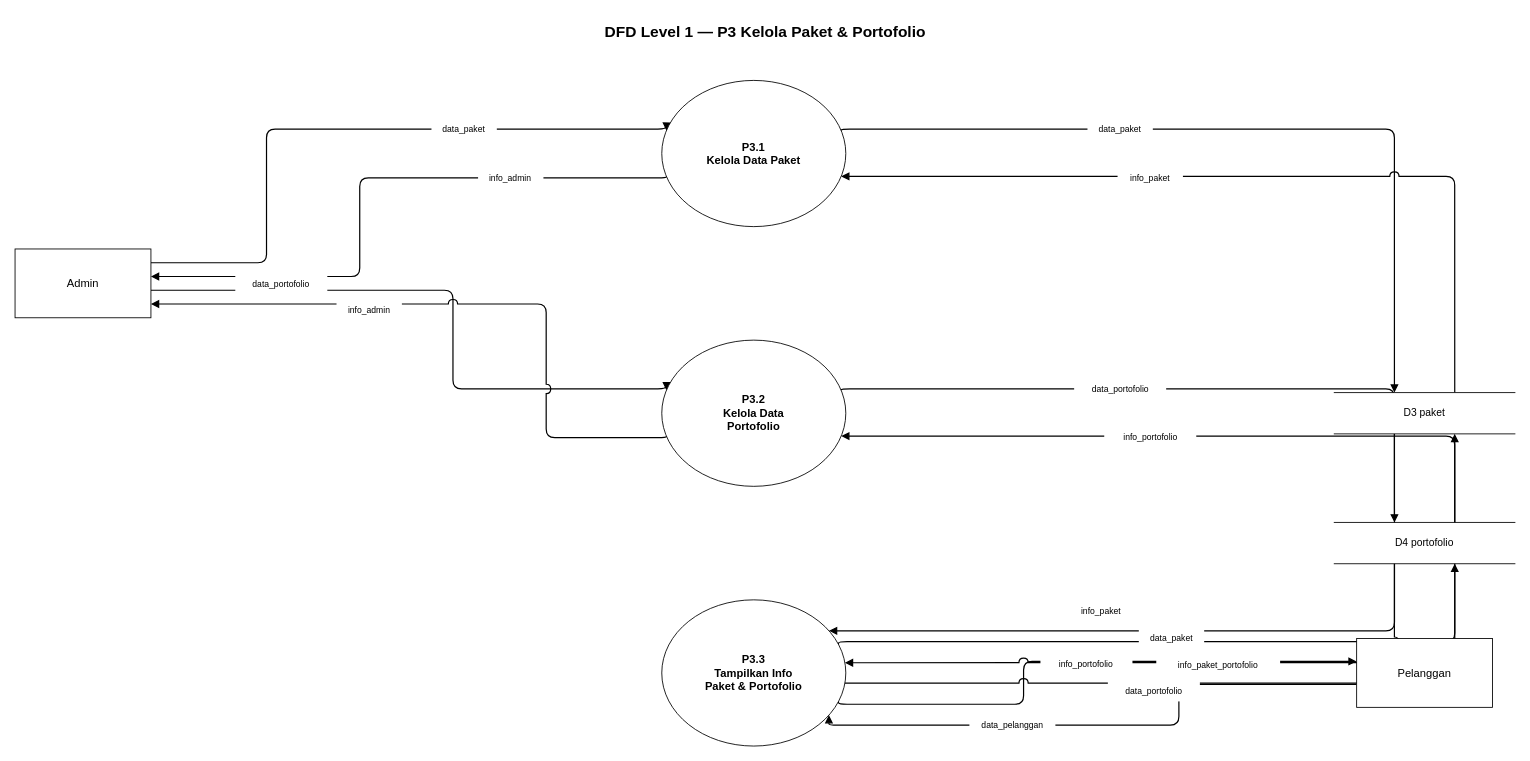
Earlier version of the draw.io diagram generated/dfd_level1_P3.drawio (ryuken25/diagrams). Source tidied: cells renumbered, new cells numbered last; positions are measured from the earlier drawing's top-left corner, leaving out a move shared by most shapes. Both pictures are drawn from the tidied source at 86%, with x=0, y=0 at pixel (15, 15).
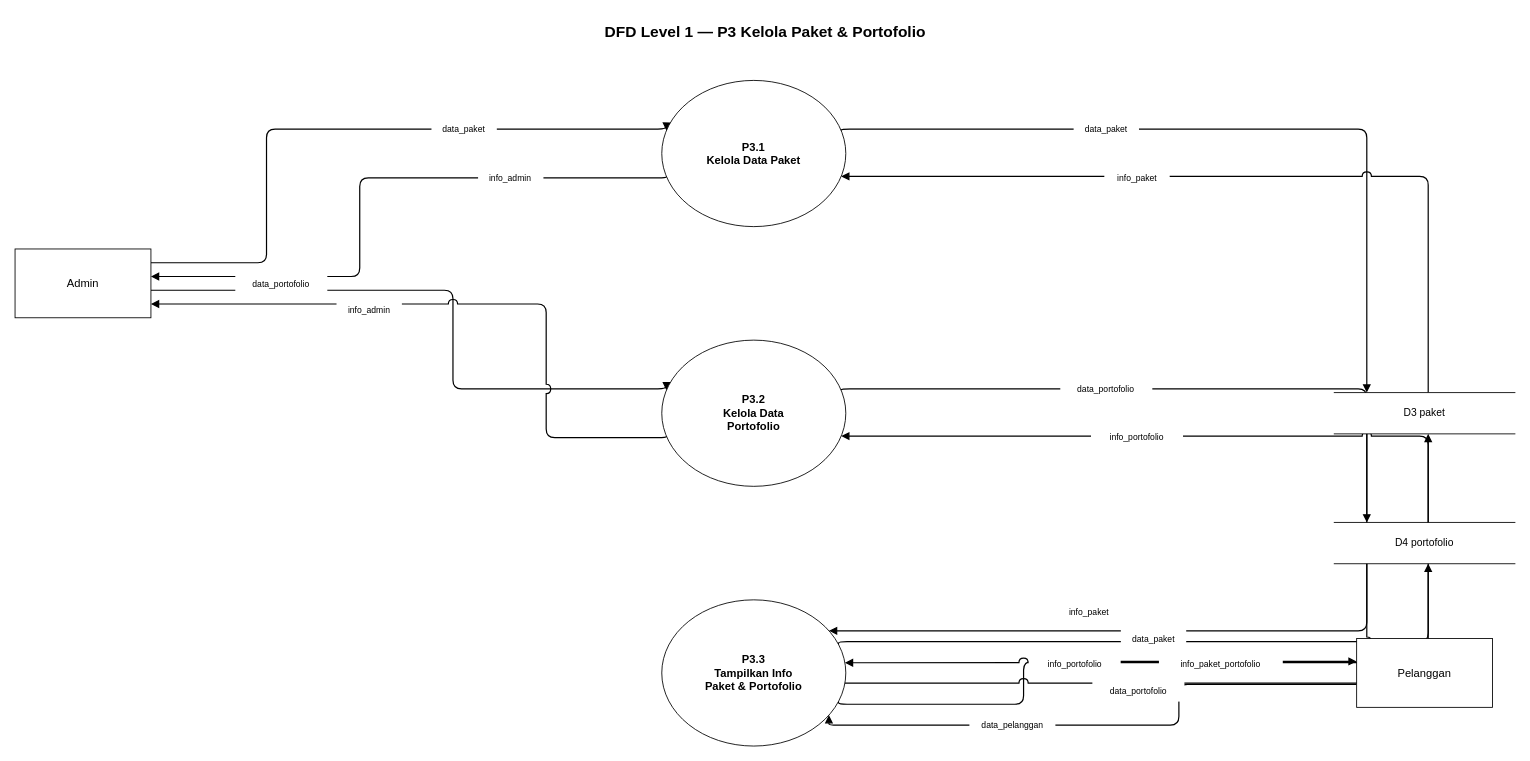
The same diagram, later.

Unchanged cells that the change refers to:
```xml
<mxCell id="16" value="P3.1&#10;Kelola Data Paket" style="ellipse;whiteSpace=wrap;html=1;fillColor=#FFFFFF;strokeColor=#000000;fontSize=13;fontStyle=1;verticalAlign=middle;" parent="1" vertex="1">
  <mxGeometry x="752" y="76" width="214" height="170" as="geometry" />
</mxCell>
<mxCell id="17" value="P3.2&#10;Kelola Data&#10;Portofolio" style="ellipse;whiteSpace=wrap;html=1;fillColor=#FFFFFF;strokeColor=#000000;fontSize=13;fontStyle=1;verticalAlign=middle;" parent="1" vertex="1">
  <mxGeometry x="752" y="378" width="214" height="170" as="geometry" />
</mxCell>
<mxCell id="18" value="P3.3&#10;Tampilkan Info&#10;Paket &amp; Portofolio" style="ellipse;whiteSpace=wrap;html=1;fillColor=#FFFFFF;strokeColor=#000000;fontSize=13;fontStyle=1;verticalAlign=middle;" parent="1" vertex="1">
  <mxGeometry x="752" y="680" width="214" height="170" as="geometry" />
</mxCell>
<mxCell id="21" value="D3  paket" style="shape=partialRectangle;top=1;bottom=1;left=0;right=0;whiteSpace=wrap;html=1;fillColor=#FFFFFF;strokeColor=#000000;fontSize=12;align=center;" parent="1" vertex="1">
  <mxGeometry x="1534" y="439" width="210" height="48" as="geometry" />
</mxCell>
<mxCell id="22" value="D4  portofolio" style="shape=partialRectangle;top=1;bottom=1;left=0;right=0;whiteSpace=wrap;html=1;fillColor=#FFFFFF;strokeColor=#000000;fontSize=12;align=center;" parent="1" vertex="1">
  <mxGeometry x="1534" y="590" width="210" height="48" as="geometry" />
</mxCell>
```

What changed in the source:
```diff
@@
-    <mxCell id="8" style="html=1;rounded=1;strokeColor=#000000;strokeWidth=1.4;endArrow=block;startArrow=none;jumpStyle=arc;jumpSize=10;edgeStyle=orthogonalEdgeStyle;exitX=1.000;exitY=0.333;entryX=0.333;entryY=0.000;exitDx=0;exitDy=0;entryDx=0;entryDy=0;" parent="1" edge="1" source="16" target="21">
+    <mxCell id="8" style="html=1;rounded=1;strokeColor=#000000;strokeWidth=1.4;endArrow=block;startArrow=none;jumpStyle=arc;jumpSize=10;edgeStyle=orthogonalEdgeStyle;exitX=1.000;exitY=0.333;entryX=0.180;entryY=0.000;exitDx=0;exitDy=0;entryDx=0;entryDy=0;" parent="1" edge="1" source="16" target="21">
       <mxGeometry relative="1" as="geometry">
         <Array as="points">
-          <mxPoint x="1604" y="132.7" />
-          <mxPoint x="1604" y="439" />
+          <mxPoint x="1571.8" y="132.7" />
+          <mxPoint x="1571.8" y="439" />
         </Array>
       </mxGeometry>
     </mxCell>
-    <mxCell id="9" style="html=1;rounded=1;strokeColor=#000000;strokeWidth=1.4;endArrow=block;startArrow=none;jumpStyle=arc;jumpSize=10;edgeStyle=orthogonalEdgeStyle;exitX=0.667;exitY=0.000;entryX=1.000;entryY=0.667;exitDx=0;exitDy=0;entryDx=0;entryDy=0;" parent="1" edge="1" source="21" target="16">
+    <mxCell id="9" style="html=1;rounded=1;strokeColor=#000000;strokeWidth=1.4;endArrow=block;startArrow=none;jumpStyle=arc;jumpSize=10;edgeStyle=orthogonalEdgeStyle;exitX=0.520;exitY=0.000;entryX=1.000;entryY=0.667;exitDx=0;exitDy=0;entryDx=0;entryDy=0;" parent="1" edge="1" source="21" target="16">
       <mxGeometry relative="1" as="geometry">
         <Array as="points">
-          <mxPoint x="1674" y="439" />
-          <mxPoint x="1674" y="189.3" />
+          <mxPoint x="1643.2" y="439" />
+          <mxPoint x="1643.2" y="189.3" />
         </Array>
       </mxGeometry>
     </mxCell>
-    <mxCell id="10" style="html=1;rounded=1;strokeColor=#000000;strokeWidth=1.4;endArrow=block;startArrow=none;jumpStyle=arc;jumpSize=10;edgeStyle=orthogonalEdgeStyle;exitX=0.333;exitY=1.000;entryX=1.000;entryY=0.143;exitDx=0;exitDy=0;entryDx=0;entryDy=0;" parent="1" edge="1" source="21" target="18">
+    <mxCell id="10" style="html=1;rounded=1;strokeColor=#000000;strokeWidth=1.4;endArrow=block;startArrow=none;jumpStyle=arc;jumpSize=10;edgeStyle=orthogonalEdgeStyle;exitX=0.180;exitY=1.000;entryX=1.000;entryY=0.143;exitDx=0;exitDy=0;entryDx=0;entryDy=0;" parent="1" edge="1" source="21" target="18">
       <mxGeometry relative="1" as="geometry">
         <Array as="points">
-          <mxPoint x="1604" y="487" />
-          <mxPoint x="1604" y="704.3" />
+          <mxPoint x="1571.8" y="487" />
+          <mxPoint x="1571.8" y="704.3" />
         </Array>
       </mxGeometry>
     </mxCell>
-    <mxCell id="11" style="html=1;rounded=1;strokeColor=#000000;strokeWidth=1.4;endArrow=block;startArrow=none;jumpStyle=arc;jumpSize=10;edgeStyle=orthogonalEdgeStyle;exitX=1.000;exitY=0.286;entryX=0.667;entryY=1.000;exitDx=0;exitDy=0;entryDx=0;entryDy=0;" parent="1" edge="1" source="18" target="21">
+    <mxCell id="11" style="html=1;rounded=1;strokeColor=#000000;strokeWidth=1.4;endArrow=block;startArrow=none;jumpStyle=arc;jumpSize=10;edgeStyle=orthogonalEdgeStyle;exitX=1.000;exitY=0.286;entryX=0.520;entryY=1.000;exitDx=0;exitDy=0;entryDx=0;entryDy=0;" parent="1" edge="1" source="18" target="21">
       <mxGeometry relative="1" as="geometry">
         <Array as="points">
-          <mxPoint x="1674" y="728.6" />
-          <mxPoint x="1674" y="487" />
+          <mxPoint x="1643.2" y="728.6" />
+          <mxPoint x="1643.2" y="487" />
         </Array>
       </mxGeometry>
     </mxCell>
-    <mxCell id="12" style="html=1;rounded=1;strokeColor=#000000;strokeWidth=1.4;endArrow=block;startArrow=none;jumpStyle=arc;jumpSize=10;edgeStyle=orthogonalEdgeStyle;exitX=1.000;exitY=0.333;entryX=0.333;entryY=0.000;exitDx=0;exitDy=0;entryDx=0;entryDy=0;" parent="1" edge="1" source="17" target="22">
+    <mxCell id="12" style="html=1;rounded=1;strokeColor=#000000;strokeWidth=1.4;endArrow=block;startArrow=none;jumpStyle=arc;jumpSize=10;edgeStyle=orthogonalEdgeStyle;exitX=1.000;exitY=0.333;entryX=0.180;entryY=0.000;exitDx=0;exitDy=0;entryDx=0;entryDy=0;" parent="1" edge="1" source="17" target="22">
       <mxGeometry relative="1" as="geometry">
         <Array as="points">
-          <mxPoint x="1604" y="434.7" />
-          <mxPoint x="1604" y="590" />
+          <mxPoint x="1571.8" y="434.7" />
+          <mxPoint x="1571.8" y="590" />
         </Array>
       </mxGeometry>
     </mxCell>
-    <mxCell id="13" style="html=1;rounded=1;strokeColor=#000000;strokeWidth=1.4;endArrow=block;startArrow=none;jumpStyle=arc;jumpSize=10;edgeStyle=orthogonalEdgeStyle;exitX=0.667;exitY=0.000;entryX=1.000;entryY=0.667;exitDx=0;exitDy=0;entryDx=0;entryDy=0;" parent="1" edge="1" source="22" target="17">
+    <mxCell id="13" style="html=1;rounded=1;strokeColor=#000000;strokeWidth=1.4;endArrow=block;startArrow=none;jumpStyle=arc;jumpSize=10;edgeStyle=orthogonalEdgeStyle;exitX=0.520;exitY=0.000;entryX=1.000;entryY=0.667;exitDx=0;exitDy=0;entryDx=0;entryDy=0;" parent="1" edge="1" source="22" target="17">
       <mxGeometry relative="1" as="geometry">
         <Array as="points">
-          <mxPoint x="1674" y="590" />
-          <mxPoint x="1674" y="491.3" />
+          <mxPoint x="1643.2" y="590" />
+          <mxPoint x="1643.2" y="491.3" />
         </Array>
       </mxGeometry>
     </mxCell>
-    <mxCell id="14" style="html=1;rounded=1;strokeColor=#000000;strokeWidth=1.4;endArrow=block;startArrow=none;jumpStyle=arc;jumpSize=10;edgeStyle=orthogonalEdgeStyle;exitX=0.333;exitY=1.000;entryX=1.000;entryY=0.429;exitDx=0;exitDy=0;entryDx=0;entryDy=0;" parent="1" edge="1" source="22" target="18">
+    <mxCell id="14" style="html=1;rounded=1;strokeColor=#000000;strokeWidth=1.4;endArrow=block;startArrow=none;jumpStyle=arc;jumpSize=10;edgeStyle=orthogonalEdgeStyle;exitX=0.180;exitY=1.000;entryX=1.000;entryY=0.429;exitDx=0;exitDy=0;entryDx=0;entryDy=0;" parent="1" edge="1" source="22" target="18">
       <mxGeometry relative="1" as="geometry">
         <Array as="points">
-          <mxPoint x="1604" y="638" />
-          <mxPoint x="1604" y="752.9" />
+          <mxPoint x="1571.8" y="638" />
+          <mxPoint x="1571.8" y="752.9" />
         </Array>
       </mxGeometry>
     </mxCell>
-    <mxCell id="15" style="html=1;rounded=1;strokeColor=#000000;strokeWidth=1.4;endArrow=block;startArrow=none;jumpStyle=arc;jumpSize=10;edgeStyle=orthogonalEdgeStyle;exitX=1.000;exitY=0.571;entryX=0.667;entryY=1.000;exitDx=0;exitDy=0;entryDx=0;entryDy=0;" parent="1" edge="1" source="18" target="22">
+    <mxCell id="15" style="html=1;rounded=1;strokeColor=#000000;strokeWidth=1.4;endArrow=block;startArrow=none;jumpStyle=arc;jumpSize=10;edgeStyle=orthogonalEdgeStyle;exitX=1.000;exitY=0.571;entryX=0.520;entryY=1.000;exitDx=0;exitDy=0;entryDx=0;entryDy=0;" parent="1" edge="1" source="18" target="22">
       <mxGeometry relative="1" as="geometry">
         <Array as="points">
-          <mxPoint x="1674" y="777.1" />
-          <mxPoint x="1674" y="638" />
+          <mxPoint x="1643.2" y="777.1" />
+          <mxPoint x="1643.2" y="638" />
         </Array>
       </mxGeometry>
     </mxCell>
@@
     <mxCell id="27" value="info_paket_portofolio" style="text;html=1;align=center;verticalAlign=middle;fontSize=10;rounded=0;fillColor=#FFFFFF;strokeColor=none;whiteSpace=wrap;spacing=2;" parent="1" vertex="1">
-      <mxGeometry x="1327" y="744" width="144" height="24" as="geometry" />
+      <mxGeometry x="1330.1" y="743" width="144" height="24" as="geometry" />
     </mxCell>
@@
     <mxCell id="29" value="data_paket" style="text;html=1;align=center;verticalAlign=middle;fontSize=10;rounded=0;fillColor=#FFFFFF;strokeColor=none;whiteSpace=wrap;spacing=2;" parent="1" vertex="1">
-      <mxGeometry x="1247" y="120.6" width="76" height="24" as="geometry" />
+      <mxGeometry x="1230.9" y="120.6" width="76" height="24" as="geometry" />
     </mxCell>
     <mxCell id="30" value="info_paket" style="text;html=1;align=center;verticalAlign=middle;fontSize=10;rounded=0;fillColor=#FFFFFF;strokeColor=none;whiteSpace=wrap;spacing=2;" parent="1" vertex="1">
-      <mxGeometry x="1282" y="177.3" width="76" height="24" as="geometry" />
+      <mxGeometry x="1266.6" y="177.3" width="76" height="24" as="geometry" />
     </mxCell>
     <mxCell id="31" value="info_paket" style="text;html=1;align=center;verticalAlign=middle;fontSize=10;rounded=0;fillColor=#FFFFFF;strokeColor=none;whiteSpace=wrap;spacing=2;" parent="1" vertex="1">
-      <mxGeometry x="1224.8" y="681" width="76" height="24" as="geometry" />
+      <mxGeometry x="1211.2" y="681.6" width="76" height="24" as="geometry" />
     </mxCell>
     <mxCell id="32" value="data_paket" style="text;html=1;align=center;verticalAlign=middle;fontSize=10;rounded=0;fillColor=#FFFFFF;strokeColor=none;whiteSpace=wrap;spacing=2;" parent="1" vertex="1">
-      <mxGeometry x="1306.7" y="712.4" width="76" height="24" as="geometry" />
+      <mxGeometry x="1285.8" y="712.8" width="76" height="24" as="geometry" />
     </mxCell>
     <mxCell id="33" value="data_portofolio" style="text;html=1;align=center;verticalAlign=middle;fontSize=10;rounded=0;fillColor=#FFFFFF;strokeColor=none;whiteSpace=wrap;spacing=2;" parent="1" vertex="1">
-      <mxGeometry x="1231.5" y="422.6" width="107" height="24" as="geometry" />
+      <mxGeometry x="1215.4" y="422.6" width="107" height="24" as="geometry" />
     </mxCell>
     <mxCell id="34" value="info_portofolio" style="text;html=1;align=center;verticalAlign=middle;fontSize=10;rounded=0;fillColor=#FFFFFF;strokeColor=none;whiteSpace=wrap;spacing=2;" parent="1" vertex="1">
-      <mxGeometry x="1266.5" y="479.3" width="107" height="24" as="geometry" />
+      <mxGeometry x="1251.1" y="479.3" width="107" height="24" as="geometry" />
     </mxCell>
     <mxCell id="35" value="info_portofolio" style="text;html=1;align=center;verticalAlign=middle;fontSize=10;rounded=0;fillColor=#FFFFFF;strokeColor=none;whiteSpace=wrap;spacing=2;" parent="1" vertex="1">
-      <mxGeometry x="1192.3" y="743" width="107" height="24" as="geometry" />
+      <mxGeometry x="1178.6" y="742.9" width="107" height="24" as="geometry" />
     </mxCell>
     <mxCell id="36" value="data_portofolio" style="text;html=1;align=center;verticalAlign=middle;fontSize=10;rounded=0;fillColor=#FFFFFF;strokeColor=none;whiteSpace=wrap;spacing=2;" parent="1" vertex="1">
-      <mxGeometry x="1270.7" y="774.1" width="107" height="24" as="geometry" />
+      <mxGeometry x="1252.7" y="774.3" width="107" height="24" as="geometry" />
     </mxCell>
```
